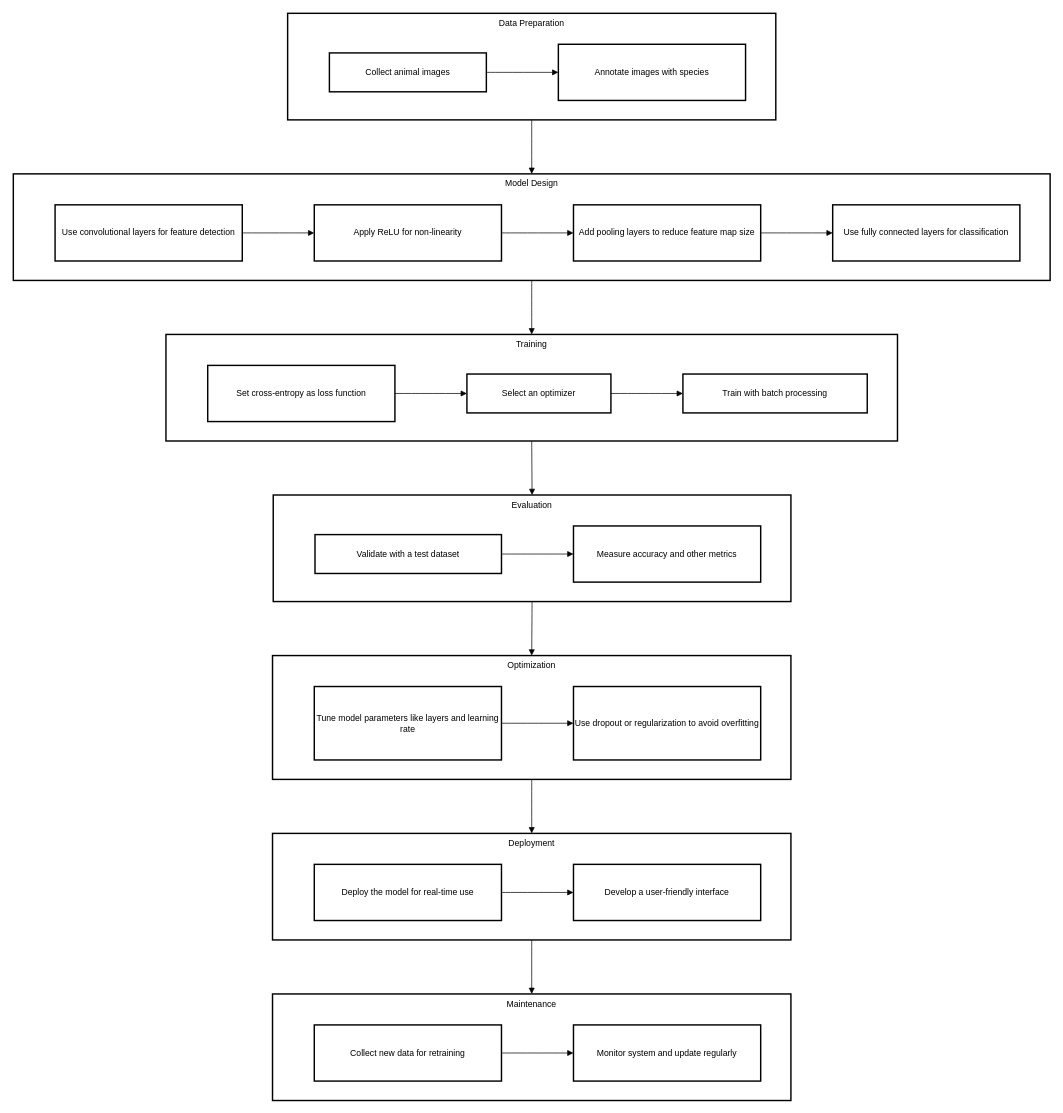
The draw.io diagram Specific Implementation Steps.drawio in zft666zft/final-project, before the edit. Source tidied: cells renumbered, new cells numbered last; positions are measured from the earlier drawing's top-left corner, leaving out a move shared by most shapes. Both pictures are drawn from the tidied source at 72%, with x=0, y=0 at pixel (13, 13).
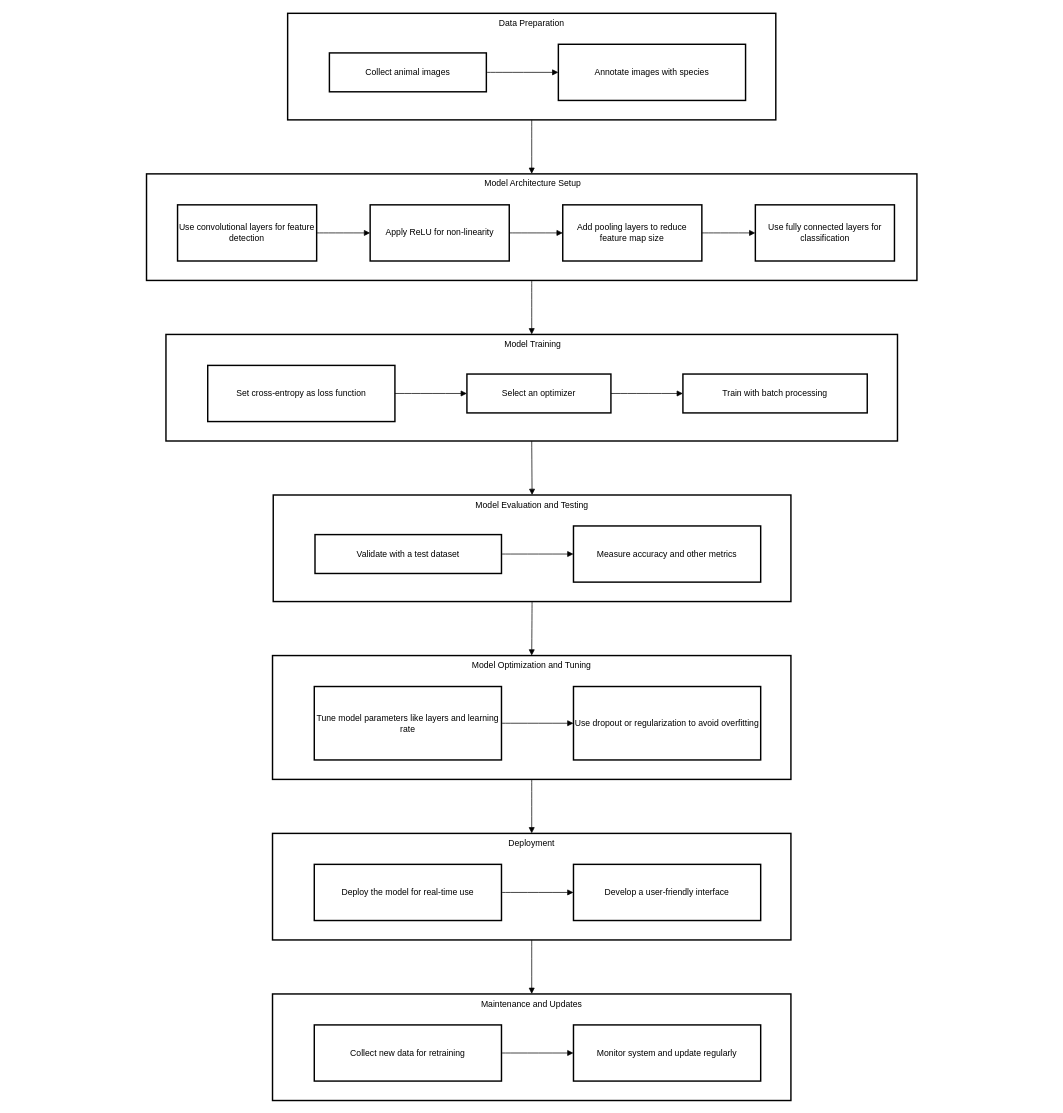
Above is the later version.

Change to the diagram source:
```diff
@@
-    <mxCell id="2" value="Maintenance" style="whiteSpace=wrap;strokeWidth=2;verticalAlign=top;" parent="1" vertex="1">
+    <mxCell id="2" value="Maintenance and Updates" style="whiteSpace=wrap;strokeWidth=2;verticalAlign=top;" parent="1" vertex="1">
       <mxGeometry x="360" y="1362" width="720" height="148" as="geometry" />
     </mxCell>
@@
-    <mxCell id="10" value="Model Design" style="whiteSpace=wrap;strokeWidth=2;verticalAlign=top;" parent="1" vertex="1">
-      <mxGeometry y="223" width="1440" height="148" as="geometry" />
+    <mxCell id="10" value=" Model Architecture Setup" style="whiteSpace=wrap;strokeWidth=2;verticalAlign=top;" parent="1" vertex="1">
+      <mxGeometry x="185" y="223" width="1070" height="148" as="geometry" />
     </mxCell>
     <mxCell id="11" value="Use convolutional layers for feature detection" style="whiteSpace=wrap;strokeWidth=2;" parent="10" vertex="1">
-      <mxGeometry x="58" y="43" width="260" height="78" as="geometry" />
+      <mxGeometry x="43.1" y="43" width="193.2" height="78" as="geometry" />
     </mxCell>
     <mxCell id="12" value="Apply ReLU for non-linearity" style="whiteSpace=wrap;strokeWidth=2;" parent="10" vertex="1">
-      <mxGeometry x="418" y="43" width="260" height="78" as="geometry" />
+      <mxGeometry x="310.6" y="43" width="193.2" height="78" as="geometry" />
     </mxCell>
     <mxCell id="13" value="Add pooling layers to reduce feature map size" style="whiteSpace=wrap;strokeWidth=2;" parent="10" vertex="1">
-      <mxGeometry x="778" y="43" width="260" height="78" as="geometry" />
+      <mxGeometry x="578.1" y="43" width="193.2" height="78" as="geometry" />
     </mxCell>
     <mxCell id="14" value="Use fully connected layers for classification" style="whiteSpace=wrap;strokeWidth=2;" parent="10" vertex="1">
-      <mxGeometry x="1138" y="43" width="260" height="78" as="geometry" />
+      <mxGeometry x="845.6" y="43" width="193.2" height="78" as="geometry" />
     </mxCell>
@@
-    <mxCell id="18" value="Training" style="whiteSpace=wrap;strokeWidth=2;verticalAlign=top;" parent="1" vertex="1">
+    <mxCell id="18" value=" Model Training" style="whiteSpace=wrap;strokeWidth=2;verticalAlign=top;" parent="1" vertex="1">
       <mxGeometry x="212" y="446" width="1016" height="148" as="geometry" />
     </mxCell>
@@
-    <mxCell id="24" value="Evaluation" style="whiteSpace=wrap;strokeWidth=2;verticalAlign=top;" parent="1" vertex="1">
+    <mxCell id="24" value="Model Evaluation and Testing" style="whiteSpace=wrap;strokeWidth=2;verticalAlign=top;" parent="1" vertex="1">
       <mxGeometry x="361" y="669" width="719" height="148" as="geometry" />
     </mxCell>
@@
-    <mxCell id="28" value="Optimization" style="whiteSpace=wrap;strokeWidth=2;verticalAlign=top;" parent="1" vertex="1">
+    <mxCell id="28" value="Model Optimization and Tuning" style="whiteSpace=wrap;strokeWidth=2;verticalAlign=top;" parent="1" vertex="1">
       <mxGeometry x="360" y="892" width="720" height="172" as="geometry" />
     </mxCell>
```
